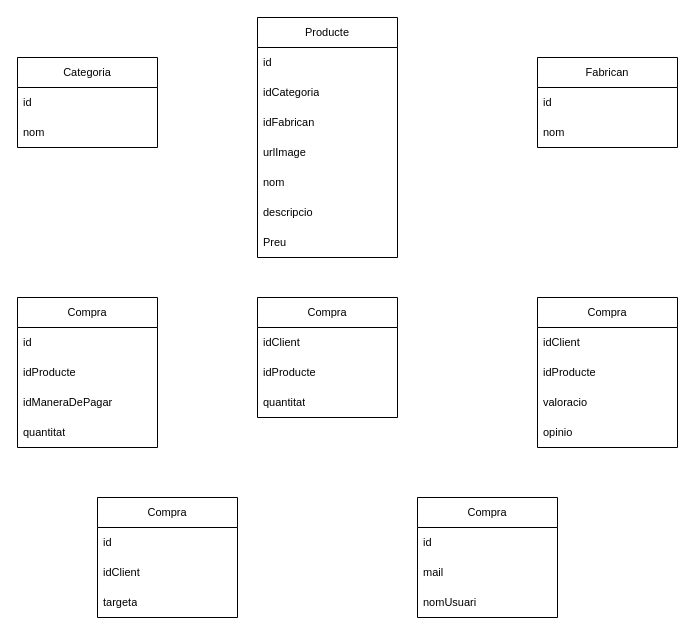
Above: docs/OmegaDL2_Conceptual.drawio in ChewicoGIT/EComerce (draw.io), before the change. Source tidied: cells renumbered, new cells numbered last; positions are measured from the earlier drawing's top-left corner, leaving out a move shared by most shapes. Both pictures are drawn from the tidied source at 100%, with x=0, y=0 at pixel (17, 17).
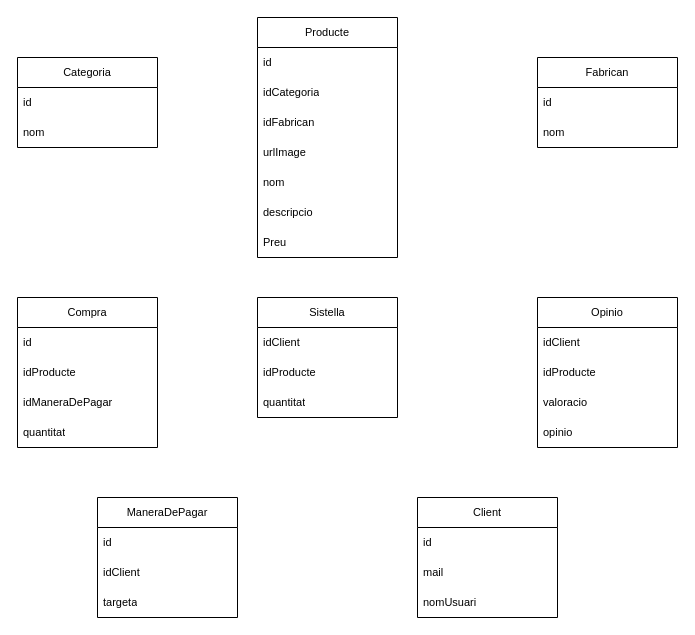
The same page after the edit.

Change to the diagram source:
```diff
@@
-    <mxCell id="21" value="Compra" style="swimlane;fontStyle=0;horizontal=1;startSize=30;whiteSpace=wrap;html=1;fontFamily=Helvetica;fontSize=11;fontColor=default;" parent="1" vertex="1">
+    <mxCell id="21" value="Sistella" style="swimlane;fontStyle=0;horizontal=1;startSize=30;whiteSpace=wrap;html=1;fontFamily=Helvetica;fontSize=11;fontColor=default;" parent="1" vertex="1">
       <mxGeometry x="240" y="280" width="140" height="120" as="geometry" />
     </mxCell>
@@
-    <mxCell id="25" value="Compra" style="swimlane;fontStyle=0;horizontal=1;startSize=30;whiteSpace=wrap;html=1;fontFamily=Helvetica;fontSize=11;fontColor=default;" parent="1" vertex="1">
+    <mxCell id="25" value="Opinio" style="swimlane;fontStyle=0;horizontal=1;startSize=30;whiteSpace=wrap;html=1;fontFamily=Helvetica;fontSize=11;fontColor=default;" parent="1" vertex="1">
       <mxGeometry x="520" y="280" width="140" height="150" as="geometry" />
     </mxCell>
@@
-    <mxCell id="30" value="Compra" style="swimlane;fontStyle=0;horizontal=1;startSize=30;whiteSpace=wrap;html=1;fontFamily=Helvetica;fontSize=11;fontColor=default;" parent="1" vertex="1">
+    <mxCell id="30" value="ManeraDePagar" style="swimlane;fontStyle=0;horizontal=1;startSize=30;whiteSpace=wrap;html=1;fontFamily=Helvetica;fontSize=11;fontColor=default;" parent="1" vertex="1">
       <mxGeometry x="80" y="480" width="140" height="120" as="geometry" />
     </mxCell>
@@
-    <mxCell id="34" value="Compra" style="swimlane;fontStyle=0;horizontal=1;startSize=30;whiteSpace=wrap;html=1;fontFamily=Helvetica;fontSize=11;fontColor=default;" parent="1" vertex="1">
+    <mxCell id="34" value="Client" style="swimlane;fontStyle=0;horizontal=1;startSize=30;whiteSpace=wrap;html=1;fontFamily=Helvetica;fontSize=11;fontColor=default;" parent="1" vertex="1">
       <mxGeometry x="400" y="480" width="140" height="120" as="geometry" />
     </mxCell>
```
